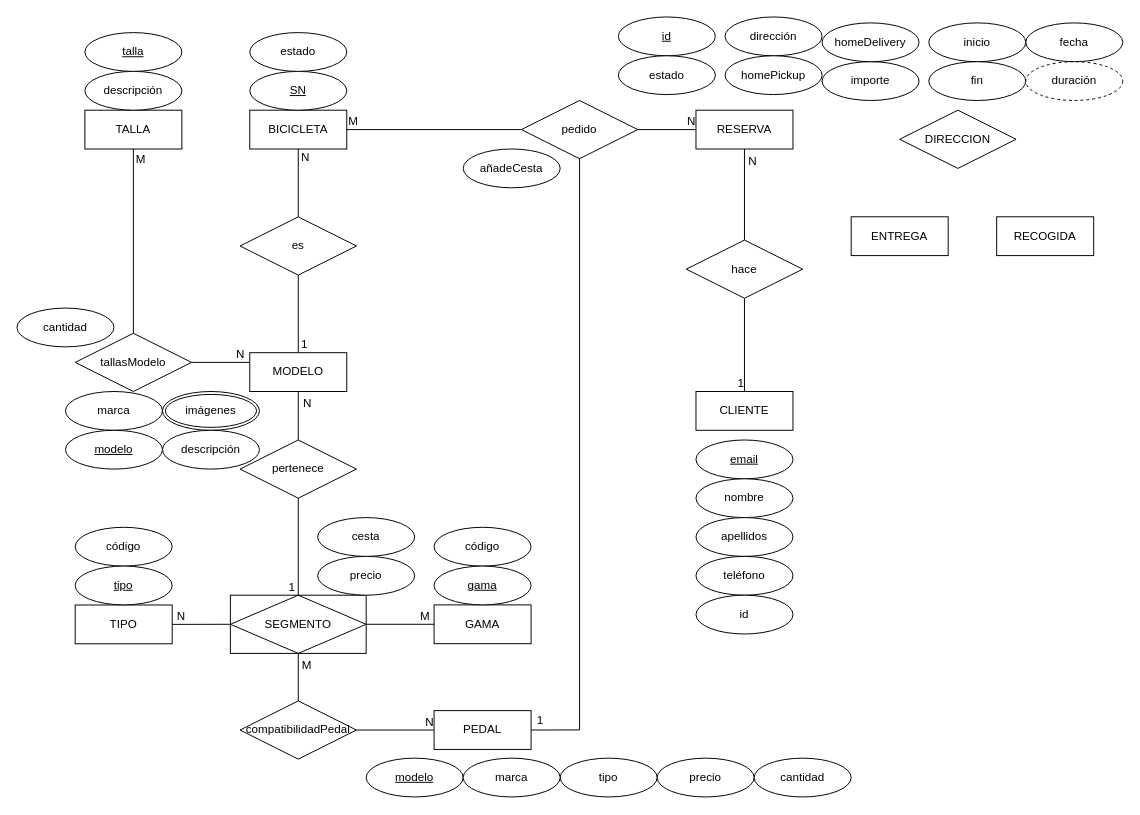
ManuelSdev/new_conil_bikes keeps this draw.io diagram as eRModel.drawio. Above is the earlier version. Source tidied: cells renumbered, new cells numbered last; positions are measured from the earlier drawing's top-left corner, leaving out a move shared by most shapes. Both pictures are drawn from the tidied source at 97%, with x=0, y=0 at pixel (16, 16).
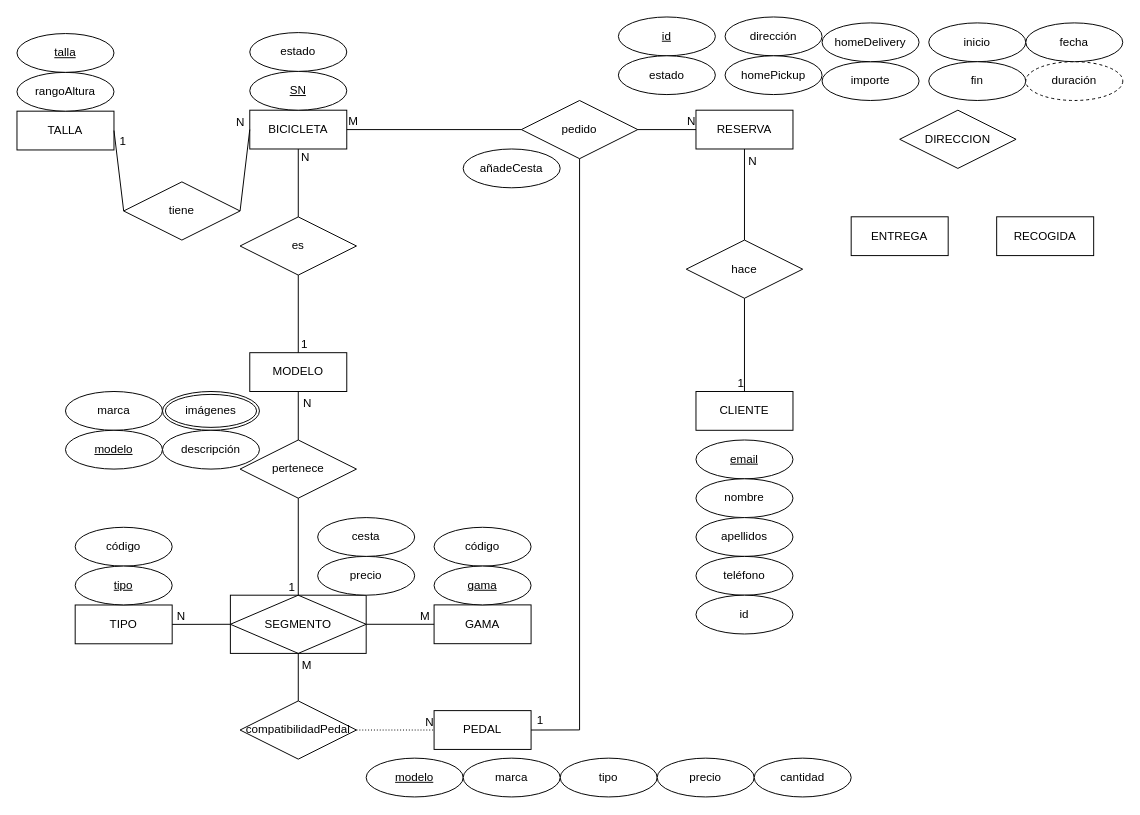
Above is the later version.

Unchanged cells that the change refers to:
```xml
<mxCell id="2" value="BICICLETA" style="whiteSpace=wrap;html=1;align=center;" parent="1" vertex="1">
  <mxGeometry x="240" y="96.1" width="100" height="40" as="geometry" />
</mxCell>
<mxCell id="12" value="MODELO" style="whiteSpace=wrap;html=1;align=center;" parent="1" vertex="1">
  <mxGeometry x="240" y="346.1" width="100" height="40" as="geometry" />
</mxCell>
<mxCell id="35" value="PEDAL" style="whiteSpace=wrap;html=1;align=center;" parent="1" vertex="1">
  <mxGeometry x="430" y="715.1" width="100" height="40" as="geometry" />
</mxCell>
<mxCell id="36" value="compatibilidadPedal" style="shape=rhombus;perimeter=rhombusPerimeter;whiteSpace=wrap;html=1;align=center;" parent="1" vertex="1">
  <mxGeometry x="230" y="705.1" width="120" height="60" as="geometry" />
</mxCell>
```

What changed in the source:
```diff
@@
     <mxCell id="8" value="TALLA" style="whiteSpace=wrap;html=1;align=center;" parent="1" vertex="1">
-      <mxGeometry x="70" y="96.1" width="100" height="40" as="geometry" />
+      <mxGeometry y="97.1" width="100" height="40" as="geometry" />
     </mxCell>
-    <mxCell id="9" value="descripción" style="ellipse;whiteSpace=wrap;html=1;align=center;" parent="1" vertex="1">
-      <mxGeometry x="70" y="56.1" width="100" height="40" as="geometry" />
+    <mxCell id="9" value="rangoAltura" style="ellipse;whiteSpace=wrap;html=1;align=center;" parent="1" vertex="1">
+      <mxGeometry y="57.1" width="100" height="40" as="geometry" />
     </mxCell>
     <mxCell id="10" value="talla" style="ellipse;whiteSpace=wrap;html=1;align=center;fontStyle=4;" parent="1" vertex="1">
-      <mxGeometry x="70" y="16.1" width="100" height="40" as="geometry" />
+      <mxGeometry y="17.1" width="100" height="40" as="geometry" />
     </mxCell>
@@
-    <mxCell id="17" value="tallasModelo" style="shape=rhombus;perimeter=rhombusPerimeter;whiteSpace=wrap;html=1;align=center;" parent="1" vertex="1">
-      <mxGeometry x="60" y="326.1" width="120" height="60" as="geometry" />
+    <mxCell id="17" value="tiene" style="shape=rhombus;perimeter=rhombusPerimeter;whiteSpace=wrap;html=1;align=center;" parent="1" vertex="1">
+      <mxGeometry x="110" y="170" width="120" height="60" as="geometry" />
     </mxCell>
-    <mxCell id="18" style="endArrow=none;html=1;rounded=0;exitX=1;exitY=0.5;exitDx=0;exitDy=0;entryX=0;entryY=0.25;entryDx=0;entryDy=0;" parent="1" edge="1" source="17" target="12">
+    <mxCell id="18" style="endArrow=none;html=1;rounded=0;exitX=1;exitY=0.5;exitDx=0;exitDy=0;entryX=0;entryY=0.5;entryDx=0;entryDy=0;" parent="1" edge="1" source="17" target="2">
       <mxGeometry relative="1" as="geometry" />
     </mxCell>
@@
-    <mxCell id="20" style="endArrow=none;html=1;rounded=0;exitX=0.5;exitY=0;exitDx=0;exitDy=0;entryX=0.5;entryY=1;entryDx=0;entryDy=0;" parent="1" edge="1" source="17" target="8">
+    <mxCell id="20" style="endArrow=none;html=1;rounded=0;exitX=0;exitY=0.5;exitDx=0;exitDy=0;entryX=1;entryY=0.5;entryDx=0;entryDy=0;" parent="1" edge="1" source="17" target="8">
       <mxGeometry relative="1" as="geometry" />
     </mxCell>
-    <mxCell id="21" value="M" style="html=1;align=right;verticalAlign=bottom;" parent="20" vertex="1">
+    <mxCell id="21" value="1" style="html=1;align=right;verticalAlign=bottom;" parent="20" vertex="1">
       <mxGeometry x="1" relative="1" as="geometry">
         <mxPoint x="13" y="19" as="offset" />
       </mxGeometry>
     </mxCell>
@@
-    <mxCell id="41" value="cantidad" style="ellipse;whiteSpace=wrap;html=1;align=center;" parent="1" vertex="1">
-      <mxGeometry y="300.1" width="100" height="40" as="geometry" />
-    </mxCell>
@@
-    <mxCell id="81" style="endArrow=none;html=1;rounded=0;exitX=1;exitY=0.5;exitDx=0;exitDy=0;entryX=0;entryY=0.5;entryDx=0;entryDy=0;" parent="1" edge="1" source="36" target="35">
-      <mxGeometry relative="1" as="geometry" />
-    </mxCell>
-    <mxCell id="82" value="N" style="html=1;align=right;verticalAlign=bottom;" parent="81" vertex="1">
-      <mxGeometry x="1" relative="1" as="geometry" />
-    </mxCell>
@@
+    <mxCell id="81" style="endArrow=none;html=1;rounded=0;dashed=1;dashPattern=1 2;exitX=1;exitY=0.5;exitDx=0;exitDy=0;entryX=0;entryY=0.5;entryDx=0;entryDy=0;" parent="1" edge="1" source="36" target="35">
+      <mxGeometry relative="1" as="geometry" />
+    </mxCell>
+    <mxCell id="82" value="N" style="html=1;align=right;verticalAlign=bottom;" parent="81" vertex="1">
+      <mxGeometry x="1" relative="1" as="geometry" />
+    </mxCell>
```
